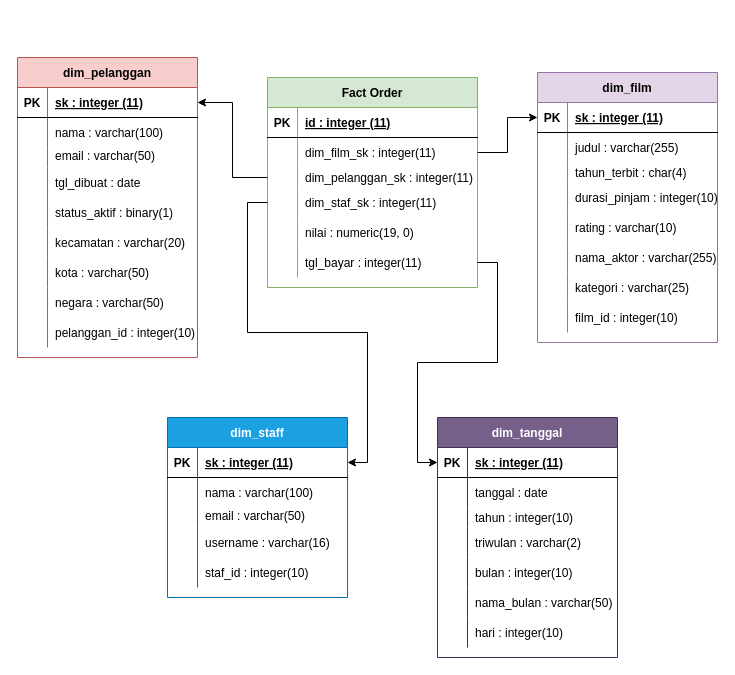
Above: 18090092.drawio in Risnandahm/UTS_DWH (draw.io), before the change. Source tidied: cells renumbered, new cells numbered last; positions are measured from the earlier drawing's top-left corner, leaving out a move shared by most shapes. Both pictures are drawn from the tidied source at 100%, with x=0, y=0 at pixel (17, 57).
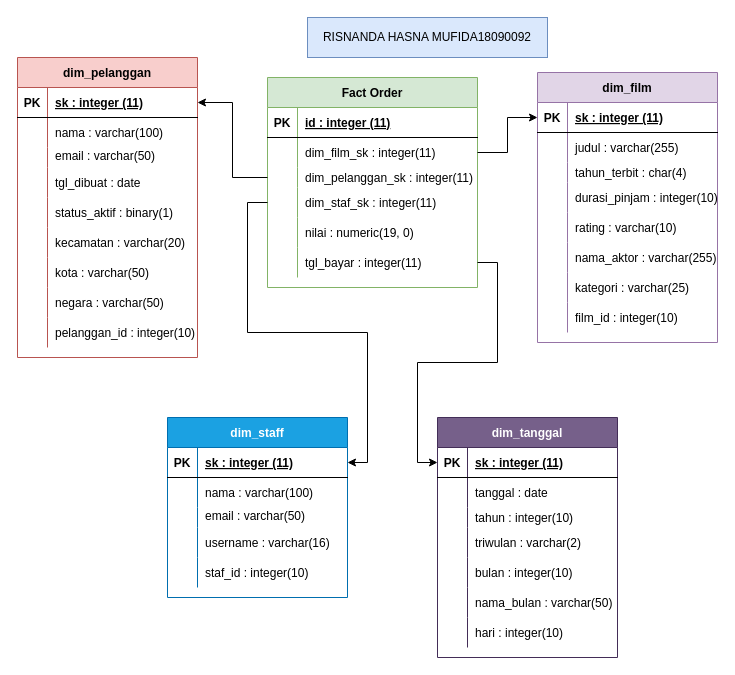
The same page after the edit.

Change to the diagram source:
```diff
@@
+    <mxCell id="116" value="&lt;div&gt;RISNANDA HASNA MUFIDA18090092&lt;/div&gt;" style="text;html=1;strokeColor=#6c8ebf;fillColor=#dae8fc;align=center;verticalAlign=middle;whiteSpace=wrap;rounded=0;" parent="1" vertex="1">
+      <mxGeometry x="290" y="-40" width="240" height="40" as="geometry" />
+    </mxCell>
```
